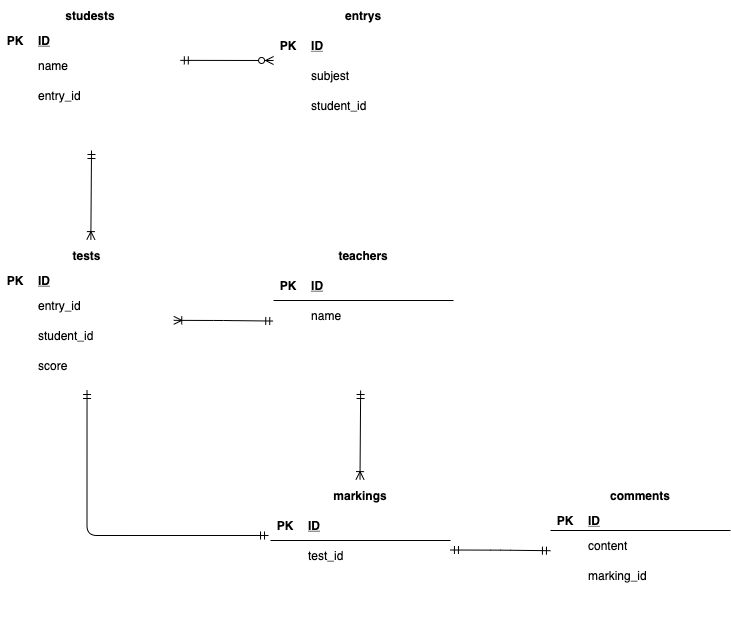
Earlier version of the draw.io export index.drawio.png (katorifuge/20210519teramoto). Source tidied: cells renumbered, new cells last; positions are measured from the earlier drawing's top-left corner, leaving out a move shared by most shapes.
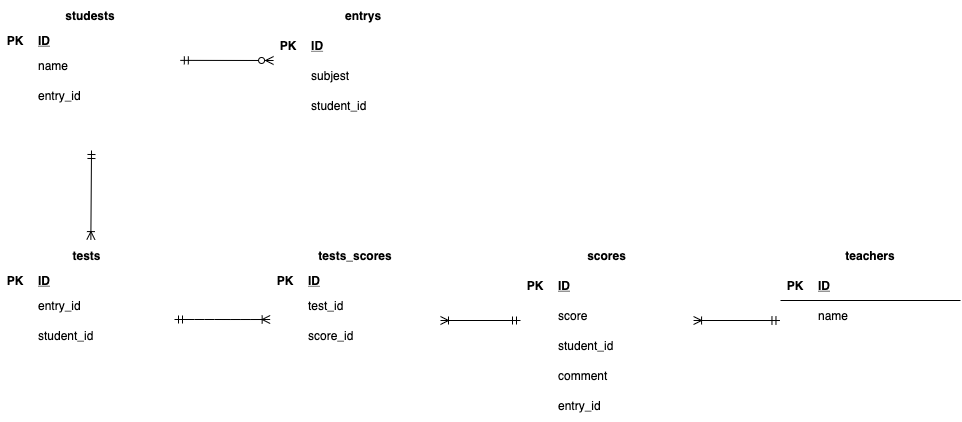
After the commit.

The edit, as a diff of the source:
```diff
@@ -38,7 +38,7 @@
     <mxCell id="13" style="shape=partialRectangle;fillColor=none;top=0;left=0;bottom=0;right=0;overflow=hidden;strokeColor=#FFFFFF;" parent="12" vertex="1">
       <mxGeometry width="30" height="30" as="geometry" />
     </mxCell>
-    <mxCell id="14" value="score" style="shape=partialRectangle;fillColor=none;top=0;left=0;bottom=0;right=0;align=left;spacingLeft=6;overflow=hidden;strokeColor=#FFFFFF;" parent="12" vertex="1">
+    <mxCell id="14" style="shape=partialRectangle;fillColor=none;top=0;left=0;bottom=0;right=0;align=left;spacingLeft=6;overflow=hidden;strokeColor=#FFFFFF;" parent="12" vertex="1">
       <mxGeometry x="30" width="143.1" height="30" as="geometry" />
     </mxCell>
     <mxCell id="15" value="studests" style="shape=table;startSize=30;rowLines=0;fontStyle=1;align=center;strokeColor=#FFFFFF;" parent="1" vertex="1">
@@ -131,16 +131,8 @@
         <mxPoint x="91" y="150" as="targetPoint" />
       </mxGeometry>
     </mxCell>
-    <mxCell id="44" style="fontSize=12;html=1;endArrow=ERmandOne;startArrow=ERoneToMany;entryX=0.001;entryY=0.685;entryDx=0;entryDy=0;entryPerimeter=0;exitX=1.001;exitY=-0.005;exitDx=0;exitDy=0;exitPerimeter=0;startFill=0;endFill=0;" parent="1" edge="1" source="9">
-      <mxGeometry relative="1" as="geometry">
-        <mxPoint x="273.2" y="320.5" as="targetPoint" />
-        <Array as="points">
-          <mxPoint x="223.1" y="320" />
-        </Array>
-      </mxGeometry>
-    </mxCell>
     <mxCell id="45" value="teachers" style="shape=table;startSize=30;rowLines=0;fontStyle=1;align=center;strokeColor=#FFFFFF;" parent="1" vertex="1">
-      <mxGeometry x="273.1" y="240" width="180" height="150" as="geometry" />
+      <mxGeometry x="780" y="240" width="180" height="150" as="geometry" />
     </mxCell>
     <mxCell id="46" style="shape=partialRectangle;fillColor=none;top=0;left=0;bottom=1;right=0;" parent="45" vertex="1">
       <mxGeometry y="30" width="180" height="30" as="geometry" />
@@ -178,101 +170,101 @@
     <mxCell id="57" style="shape=partialRectangle;fillColor=none;top=0;left=0;bottom=0;right=0;align=left;spacingLeft=6;overflow=hidden;" parent="55" vertex="1">
       <mxGeometry x="30" width="150" height="30" as="geometry" />
     </mxCell>
-    <mxCell id="58" value="markings" style="shape=table;startSize=30;rowLines=0;fontStyle=1;align=center;strokeColor=#FFFFFF;" parent="1" vertex="1">
-      <mxGeometry x="270" y="480" width="180" height="160" as="geometry" />
-    </mxCell>
-    <mxCell id="59" style="shape=partialRectangle;fillColor=none;top=0;left=0;bottom=1;right=0;points=[[0,0.5],[1,0.5]];portConstraint=eastwest;" parent="58" vertex="1">
-      <mxGeometry y="30" width="180" height="30" as="geometry" />
-    </mxCell>
-    <mxCell id="60" value="PK" style="shape=partialRectangle;fillColor=none;top=0;left=0;bottom=0;right=0;fontStyle=1;overflow=hidden;" parent="59" vertex="1">
-      <mxGeometry width="30" height="30" as="geometry" />
-    </mxCell>
-    <mxCell id="61" value="ID" style="shape=partialRectangle;fillColor=none;top=0;left=0;bottom=0;right=0;align=left;spacingLeft=6;fontStyle=5;overflow=hidden;" parent="59" vertex="1">
-      <mxGeometry x="30" width="150" height="30" as="geometry" />
-    </mxCell>
-    <mxCell id="62" style="shape=partialRectangle;fillColor=none;top=0;left=0;bottom=0;right=0;" parent="58" vertex="1">
-      <mxGeometry y="60" width="180" height="30" as="geometry" />
-    </mxCell>
-    <mxCell id="63" style="shape=partialRectangle;fillColor=none;top=0;left=0;bottom=0;right=0;overflow=hidden;" parent="62" vertex="1">
-      <mxGeometry width="30" height="30" as="geometry" />
-    </mxCell>
+    <mxCell id="87" value="scores" style="shape=table;startSize=30;rowLines=0;fontStyle=1;align=center;strokeColor=#FFFFFF;" parent="1" vertex="1">
+      <mxGeometry x="520" y="240" width="173.1" height="180" as="geometry" />
+    </mxCell>
+    <mxCell id="88" style="shape=partialRectangle;fillColor=none;top=0;left=0;bottom=1;right=0;strokeColor=#FFFFFF;" parent="87" vertex="1">
+      <mxGeometry y="30" width="173.1" height="30" as="geometry" />
+    </mxCell>
+    <mxCell id="89" value="PK" style="shape=partialRectangle;fillColor=none;top=0;left=0;bottom=0;right=0;fontStyle=1;overflow=hidden;strokeColor=#FFFFFF;" parent="88" vertex="1">
+      <mxGeometry width="30" height="30" as="geometry" />
+    </mxCell>
+    <mxCell id="90" value="ID" style="shape=partialRectangle;fillColor=none;top=0;left=0;bottom=0;right=0;align=left;spacingLeft=6;fontStyle=5;overflow=hidden;strokeColor=#FFFFFF;" parent="88" vertex="1">
+      <mxGeometry x="30" width="143.1" height="30" as="geometry" />
+    </mxCell>
+    <mxCell id="91" style="shape=partialRectangle;fillColor=none;top=0;left=0;bottom=0;right=0;strokeColor=#FFFFFF;" parent="87" vertex="1">
+      <mxGeometry y="60" width="173.1" height="30" as="geometry" />
+    </mxCell>
+    <mxCell id="92" style="shape=partialRectangle;fillColor=none;top=0;left=0;bottom=0;right=0;overflow=hidden;strokeColor=#FFFFFF;" parent="91" vertex="1">
+      <mxGeometry width="30" height="30" as="geometry" />
+    </mxCell>
+    <mxCell id="93" value="score" style="shape=partialRectangle;fillColor=none;top=0;left=0;bottom=0;right=0;align=left;spacingLeft=6;overflow=hidden;strokeColor=#FFFFFF;" parent="91" vertex="1">
+      <mxGeometry x="30" width="143.1" height="30" as="geometry" />
+    </mxCell>
+    <mxCell id="94" style="shape=partialRectangle;fillColor=none;top=0;left=0;bottom=0;right=0;strokeColor=#FFFFFF;" parent="87" vertex="1">
+      <mxGeometry y="90" width="173.1" height="30" as="geometry" />
+    </mxCell>
+    <mxCell id="95" style="shape=partialRectangle;fillColor=none;top=0;left=0;bottom=0;right=0;overflow=hidden;strokeColor=#FFFFFF;" parent="94" vertex="1">
+      <mxGeometry width="30" height="30" as="geometry" />
+    </mxCell>
+    <mxCell id="96" value="student_id" style="shape=partialRectangle;fillColor=none;top=0;left=0;bottom=0;right=0;align=left;spacingLeft=6;overflow=hidden;strokeColor=#FFFFFF;" parent="94" vertex="1">
+      <mxGeometry x="30" width="143.1" height="30" as="geometry" />
+    </mxCell>
+    <mxCell id="97" style="shape=partialRectangle;fillColor=none;top=0;left=0;bottom=0;right=0;strokeColor=#FFFFFF;" parent="87" vertex="1">
+      <mxGeometry y="120" width="173.1" height="30" as="geometry" />
+    </mxCell>
+    <mxCell id="98" style="shape=partialRectangle;fillColor=none;top=0;left=0;bottom=0;right=0;overflow=hidden;strokeColor=#FFFFFF;" parent="97" vertex="1">
+      <mxGeometry width="30" height="30" as="geometry" />
+    </mxCell>
+    <mxCell id="99" value="comment" style="shape=partialRectangle;fillColor=none;top=0;left=0;bottom=0;right=0;align=left;spacingLeft=6;overflow=hidden;strokeColor=#FFFFFF;" parent="97" vertex="1">
+      <mxGeometry x="30" width="143.1" height="30" as="geometry" />
+    </mxCell>
+    <mxCell id="100" value="tests_scores" style="shape=table;startSize=30;rowLines=0;fontStyle=1;align=center;strokeColor=#FFFFFF;" parent="1" vertex="1">
+      <mxGeometry x="270" y="240" width="170" height="150" as="geometry" />
+    </mxCell>
+    <mxCell id="101" style="shape=partialRectangle;fillColor=none;top=0;left=0;bottom=1;right=0;strokeColor=#FFFFFF;" parent="100" vertex="1">
+      <mxGeometry y="30" width="170" height="20" as="geometry" />
+    </mxCell>
+    <mxCell id="102" value="PK" style="shape=partialRectangle;fillColor=none;top=0;left=0;bottom=0;right=0;fontStyle=1;overflow=hidden;strokeColor=#FFFFFF;" parent="101" vertex="1">
+      <mxGeometry width="30" height="20" as="geometry" />
+    </mxCell>
+    <mxCell id="103" value="ID" style="shape=partialRectangle;fillColor=none;top=0;left=0;bottom=0;right=0;align=left;spacingLeft=6;fontStyle=5;overflow=hidden;strokeColor=#FFFFFF;" parent="101" vertex="1">
+      <mxGeometry x="30" width="140" height="20" as="geometry" />
+    </mxCell>
+    <mxCell id="104" style="shape=partialRectangle;fillColor=none;top=0;left=0;bottom=0;right=0;strokeColor=#FFFFFF;" parent="100" vertex="1">
+      <mxGeometry y="50" width="170" height="30" as="geometry" />
+    </mxCell>
+    <mxCell id="105" style="shape=partialRectangle;fillColor=none;top=0;left=0;bottom=0;right=0;overflow=hidden;strokeColor=#FFFFFF;" parent="104" vertex="1">
+      <mxGeometry width="30" height="30" as="geometry" />
+    </mxCell>
-    <mxCell id="64" value="test_id" style="shape=partialRectangle;fillColor=none;top=0;left=0;bottom=0;right=0;align=left;spacingLeft=6;overflow=hidden;" parent="62" vertex="1">
-      <mxGeometry x="30" width="150" height="30" as="geometry" />
+    <mxCell id="64" value="test_id" style="shape=partialRectangle;fillColor=none;top=0;left=0;bottom=0;right=0;align=left;spacingLeft=6;overflow=hidden;strokeColor=#FFFFFF;" parent="104" vertex="1">
+      <mxGeometry x="30" width="140" height="30" as="geometry" />
     </mxCell>
-    <mxCell id="65" style="shape=partialRectangle;fillColor=none;top=0;left=0;bottom=0;right=0;" parent="58" vertex="1">
-      <mxGeometry y="90" width="180" height="30" as="geometry" />
-    </mxCell>
-    <mxCell id="66" style="shape=partialRectangle;fillColor=none;top=0;left=0;bottom=0;right=0;overflow=hidden;" parent="65" vertex="1">
-      <mxGeometry width="30" height="30" as="geometry" />
-    </mxCell>
-    <mxCell id="67" style="shape=partialRectangle;fillColor=none;top=0;left=0;bottom=0;right=0;align=left;spacingLeft=6;overflow=hidden;" parent="65" vertex="1">
-      <mxGeometry x="30" width="150" height="30" as="geometry" />
-    </mxCell>
-    <mxCell id="68" style="shape=partialRectangle;fillColor=none;top=0;left=0;bottom=0;right=0;" parent="58" vertex="1">
-      <mxGeometry y="120" width="180" height="30" as="geometry" />
-    </mxCell>
-    <mxCell id="69" style="shape=partialRectangle;fillColor=none;top=0;left=0;bottom=0;right=0;overflow=hidden;" parent="68" vertex="1">
-      <mxGeometry width="30" height="30" as="geometry" />
-    </mxCell>
-    <mxCell id="70" style="shape=partialRectangle;fillColor=none;top=0;left=0;bottom=0;right=0;align=left;spacingLeft=6;overflow=hidden;" parent="68" vertex="1">
-      <mxGeometry x="30" width="150" height="30" as="geometry" />
-    </mxCell>
-    <mxCell id="71" value="comments" style="shape=table;startSize=30;rowLines=0;fontStyle=1;align=center;strokeColor=#FFFFFF;" parent="1" vertex="1">
-      <mxGeometry x="550" y="480" width="180" height="160" as="geometry" />
-    </mxCell>
-    <mxCell id="72" style="shape=partialRectangle;fillColor=none;top=0;left=0;bottom=1;right=0;" parent="71" vertex="1">
-      <mxGeometry y="30" width="180" height="20" as="geometry" />
-    </mxCell>
-    <mxCell id="73" value="PK" style="shape=partialRectangle;fillColor=none;top=0;left=0;bottom=0;right=0;fontStyle=1;overflow=hidden;" parent="72" vertex="1">
-      <mxGeometry width="30" height="20" as="geometry" />
-    </mxCell>
-    <mxCell id="74" value="ID" style="shape=partialRectangle;fillColor=none;top=0;left=0;bottom=0;right=0;align=left;spacingLeft=6;fontStyle=5;overflow=hidden;" parent="72" vertex="1">
-      <mxGeometry x="30" width="150" height="20" as="geometry" />
-    </mxCell>
-    <mxCell id="75" style="shape=partialRectangle;fillColor=none;top=0;left=0;bottom=0;right=0;" parent="71" vertex="1">
-      <mxGeometry y="50" width="180" height="30" as="geometry" />
-    </mxCell>
-    <mxCell id="76" style="shape=partialRectangle;fillColor=none;top=0;left=0;bottom=0;right=0;overflow=hidden;" parent="75" vertex="1">
-      <mxGeometry width="30" height="30" as="geometry" />
-    </mxCell>
-    <mxCell id="77" value="content" style="shape=partialRectangle;fillColor=none;top=0;left=0;bottom=0;right=0;align=left;spacingLeft=6;overflow=hidden;" parent="75" vertex="1">
-      <mxGeometry x="30" width="150" height="30" as="geometry" />
-    </mxCell>
-    <mxCell id="78" style="shape=partialRectangle;fillColor=none;top=0;left=0;bottom=0;right=0;" parent="71" vertex="1">
-      <mxGeometry y="80" width="180" height="30" as="geometry" />
-    </mxCell>
-    <mxCell id="79" style="shape=partialRectangle;fillColor=none;top=0;left=0;bottom=0;right=0;overflow=hidden;" parent="78" vertex="1">
-      <mxGeometry width="30" height="30" as="geometry" />
-    </mxCell>
-    <mxCell id="80" value="marking_id" style="shape=partialRectangle;fillColor=none;top=0;left=0;bottom=0;right=0;align=left;spacingLeft=6;overflow=hidden;" parent="78" vertex="1">
-      <mxGeometry x="30" width="150" height="30" as="geometry" />
-    </mxCell>
-    <mxCell id="81" style="shape=partialRectangle;fillColor=none;top=0;left=0;bottom=0;right=0;" parent="71" vertex="1">
-      <mxGeometry y="110" width="180" height="30" as="geometry" />
-    </mxCell>
-    <mxCell id="82" style="shape=partialRectangle;fillColor=none;top=0;left=0;bottom=0;right=0;overflow=hidden;" parent="81" vertex="1">
-      <mxGeometry width="30" height="30" as="geometry" />
-    </mxCell>
-    <mxCell id="83" style="shape=partialRectangle;fillColor=none;top=0;left=0;bottom=0;right=0;align=left;spacingLeft=6;overflow=hidden;" parent="81" vertex="1">
-      <mxGeometry x="30" width="150" height="30" as="geometry" />
-    </mxCell>
-    <mxCell id="84" style="fontSize=12;html=1;endArrow=ERmandOne;startArrow=ERmandOne;entryX=0.001;entryY=0.685;entryDx=0;entryDy=0;entryPerimeter=0;exitX=1.001;exitY=-0.005;exitDx=0;exitDy=0;exitPerimeter=0;startFill=0;endFill=0;" parent="1" edge="1">
-      <mxGeometry relative="1" as="geometry">
-        <mxPoint x="449.9" y="549.5" as="sourcePoint" />
-        <mxPoint x="549.9" y="550.2" as="targetPoint" />
-        <Array as="points">
-          <mxPoint x="499.8" y="549.6" />
-        </Array>
-      </mxGeometry>
-    </mxCell>
-    <mxCell id="85" style="fontSize=12;html=1;endArrow=ERmandOne;startArrow=ERoneToMany;endFill=0;startFill=0;exitX=0.552;exitY=-0.006;exitDx=0;exitDy=0;exitPerimeter=0;" parent="1" edge="1">
-      <mxGeometry relative="1" as="geometry">
-        <mxPoint x="359.5" y="479.1" as="sourcePoint" />
-        <mxPoint x="360.1" y="390" as="targetPoint" />
-      </mxGeometry>
-    </mxCell>
-    <mxCell id="86" style="fontSize=12;html=1;endArrow=ERmandOne;startArrow=ERmandOne;endFill=0;startFill=0;exitX=-0.011;exitY=0.833;exitDx=0;exitDy=0;exitPerimeter=0;edgeStyle=orthogonalEdgeStyle;entryX=0.5;entryY=1;entryDx=0;entryDy=0;" parent="1" edge="1" source="59" target="2">
-      <mxGeometry relative="1" as="geometry" />
-    </mxCell>
+    <mxCell id="106" style="shape=partialRectangle;fillColor=none;top=0;left=0;bottom=0;right=0;points=[[0,0.5],[1,0.5]];portConstraint=eastwest;strokeColor=#FFFFFF;" parent="100" vertex="1">
+      <mxGeometry y="80" width="170" height="30" as="geometry" />
+    </mxCell>
+    <mxCell id="107" style="shape=partialRectangle;fillColor=none;top=0;left=0;bottom=0;right=0;overflow=hidden;strokeColor=#FFFFFF;" parent="106" vertex="1">
+      <mxGeometry width="30" height="30" as="geometry" />
+    </mxCell>
+    <mxCell id="108" value="score_id" style="shape=partialRectangle;fillColor=none;top=0;left=0;bottom=0;right=0;align=left;spacingLeft=6;overflow=hidden;strokeColor=#FFFFFF;" parent="106" vertex="1">
+      <mxGeometry x="30" width="140" height="30" as="geometry" />
+    </mxCell>
+    <mxCell id="109" style="shape=partialRectangle;fillColor=none;top=0;left=0;bottom=0;right=0;strokeColor=#FFFFFF;" parent="100" vertex="1">
+      <mxGeometry y="110" width="170" height="30" as="geometry" />
+    </mxCell>
+    <mxCell id="110" style="shape=partialRectangle;fillColor=none;top=0;left=0;bottom=0;right=0;overflow=hidden;strokeColor=#FFFFFF;" parent="109" vertex="1">
+      <mxGeometry width="30" height="30" as="geometry" />
+    </mxCell>
+    <mxCell id="111" style="shape=partialRectangle;fillColor=none;top=0;left=0;bottom=0;right=0;align=left;spacingLeft=6;overflow=hidden;strokeColor=#FFFFFF;" parent="109" vertex="1">
+      <mxGeometry x="30" width="140" height="30" as="geometry" />
+    </mxCell>
+    <mxCell id="112" style="edgeStyle=entityRelationEdgeStyle;fontSize=12;html=1;endArrow=ERoneToMany;startArrow=ERmandOne;entryX=-0.002;entryY=-0.033;entryDx=0;entryDy=0;entryPerimeter=0;startFill=0;endFill=0;" parent="1" edge="1" target="106">
+      <mxGeometry relative="1" as="geometry">
+        <mxPoint x="174" y="319" as="sourcePoint" />
+      </mxGeometry>
+    </mxCell>
+    <mxCell id="113" style="fontSize=12;html=1;endArrow=ERmandOne;startArrow=ERoneToMany;exitX=1;exitY=0;exitDx=0;exitDy=0;exitPerimeter=0;startFill=0;endFill=0;" parent="1" edge="1" source="106">
+      <mxGeometry relative="1" as="geometry">
+        <mxPoint x="520" y="320" as="targetPoint" />
+      </mxGeometry>
+    </mxCell>
+    <mxCell id="114" style="fontSize=12;html=1;endArrow=ERmandOne;startArrow=ERoneToMany;exitX=1;exitY=0;exitDx=0;exitDy=0;exitPerimeter=0;startFill=0;endFill=0;entryX=-0.003;entryY=0.667;entryDx=0;entryDy=0;entryPerimeter=0;" parent="1" edge="1" target="49">
+      <mxGeometry relative="1" as="geometry">
+        <mxPoint x="693.1" y="320" as="sourcePoint" />
+      </mxGeometry>
+    </mxCell>
+    <mxCell id="115" value="entry_id" style="shape=partialRectangle;fillColor=none;top=0;left=0;bottom=0;right=0;align=left;spacingLeft=6;overflow=hidden;strokeColor=#FFFFFF;" parent="1" vertex="1">
+      <mxGeometry x="550" y="390" width="143.1" height="30" as="geometry" />
+    </mxCell>
   </root>
 </mxGraphModel>
```
